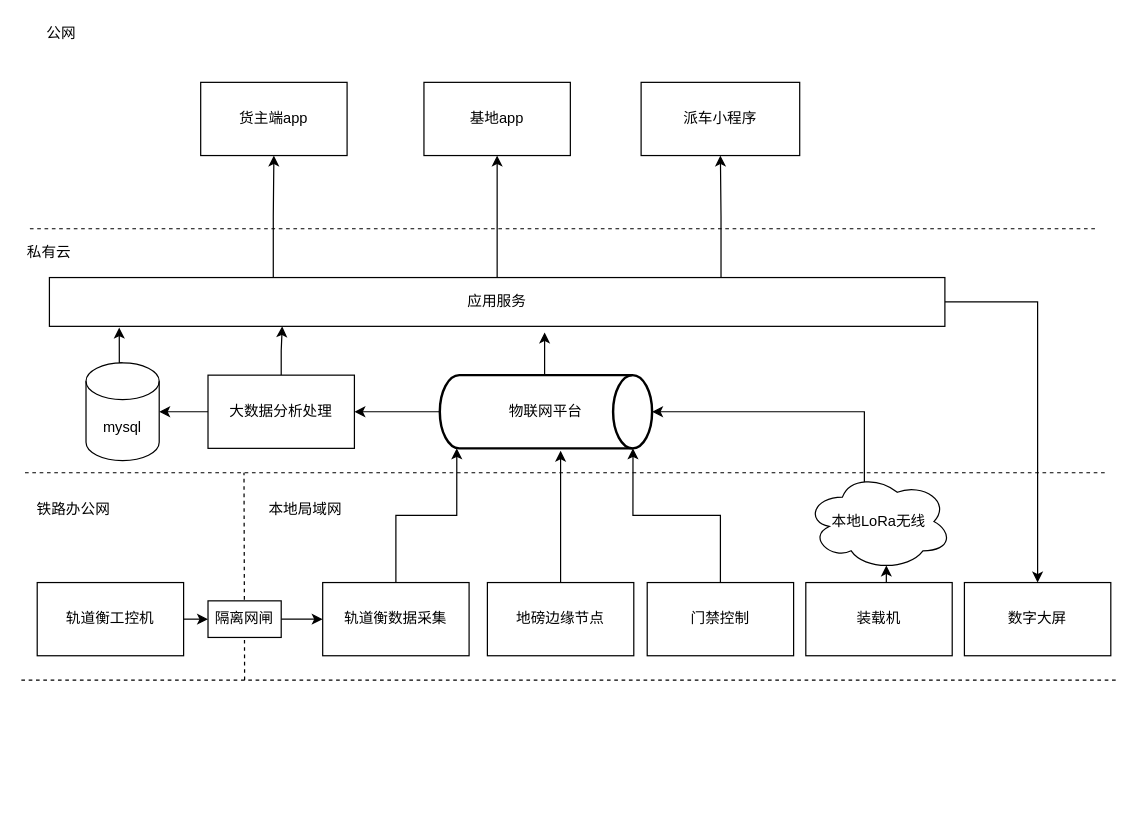
This is 平原物流网路拓扑.drawio from lipeng260/drawio, a draw.io file, before an edit. Source tidied: cells renumbered, new cells numbered last; positions are measured from the earlier drawing's top-left corner, leaving out a move shared by most shapes. Both pictures are drawn from the tidied source at 122%, with x=0, y=0 at pixel (21, 21).
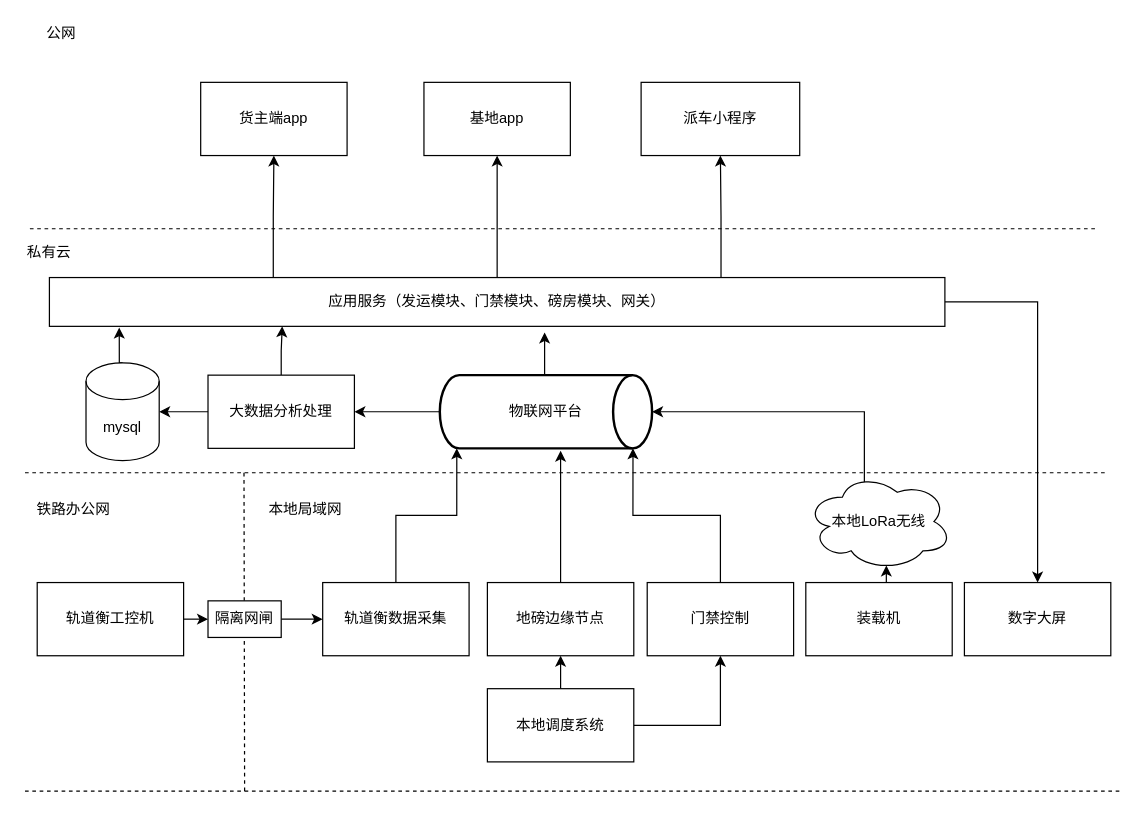
The same diagram, later.

Commit message (it also covers changes not shown here):
Update 平原物流网路拓扑.drawio

The change refers to these unchanged cells:
```xml
<mxCell id="9" value="地磅边缘节点" style="rounded=0;whiteSpace=wrap;html=1;" parent="1" vertex="1">
  <mxGeometry x="382" y="460" width="120" height="60" as="geometry" />
</mxCell>
<mxCell id="20" value="门禁控制" style="rounded=0;whiteSpace=wrap;html=1;" parent="1" vertex="1">
  <mxGeometry x="513" y="460" width="120" height="60" as="geometry" />
</mxCell>
```

What changed in the source:
```diff
@@
     <mxCell id="5" style="endArrow=none;dashed=1;html=1;" parent="1" edge="1">
       <mxGeometry relative="1" as="geometry">
-        <mxPoint y="540" as="sourcePoint" />
-        <mxPoint x="899" y="540" as="targetPoint" />
+        <mxPoint x="3" y="631" as="sourcePoint" />
+        <mxPoint x="902" y="631" as="targetPoint" />
       </mxGeometry>
     </mxCell>
@@
     <mxCell id="7" style="endArrow=none;dashed=1;html=1;" parent="1" edge="1">
       <mxGeometry relative="1" as="geometry">
-        <mxPoint x="183" y="540" as="sourcePoint" />
+        <mxPoint x="183" y="631" as="sourcePoint" />
         <mxPoint x="182.5" y="370" as="targetPoint" />
       </mxGeometry>
     </mxCell>
@@
-    <mxCell id="30" value="应用服务" style="rounded=0;whiteSpace=wrap;html=1;" parent="1" vertex="1">
+    <mxCell id="30" value="应用服务（发运模块、门禁模块、磅房模块、网关）" style="rounded=0;whiteSpace=wrap;html=1;" parent="1" vertex="1">
       <mxGeometry x="23" y="210" width="734" height="40" as="geometry" />
     </mxCell>
@@
+    <mxCell id="41" style="edgeStyle=orthogonalEdgeStyle;rounded=0;jettySize=auto;html=1;exitX=1;exitY=0.5;exitDx=0;exitDy=0;entryX=0.5;entryY=1;entryDx=0;entryDy=0;" parent="1" edge="1" source="43" target="20">
+      <mxGeometry relative="1" as="geometry" />
+    </mxCell>
+    <mxCell id="42" style="edgeStyle=orthogonalEdgeStyle;rounded=0;jettySize=auto;html=1;exitX=0.5;exitY=0;exitDx=0;exitDy=0;entryX=0.5;entryY=1;entryDx=0;entryDy=0;" parent="1" edge="1" source="43" target="9">
+      <mxGeometry relative="1" as="geometry" />
+    </mxCell>
+    <mxCell id="43" value="本地调度系统" style="rounded=0;whiteSpace=wrap;html=1;" parent="1" vertex="1">
+      <mxGeometry x="382" y="547" width="120" height="60" as="geometry" />
+    </mxCell>
```
